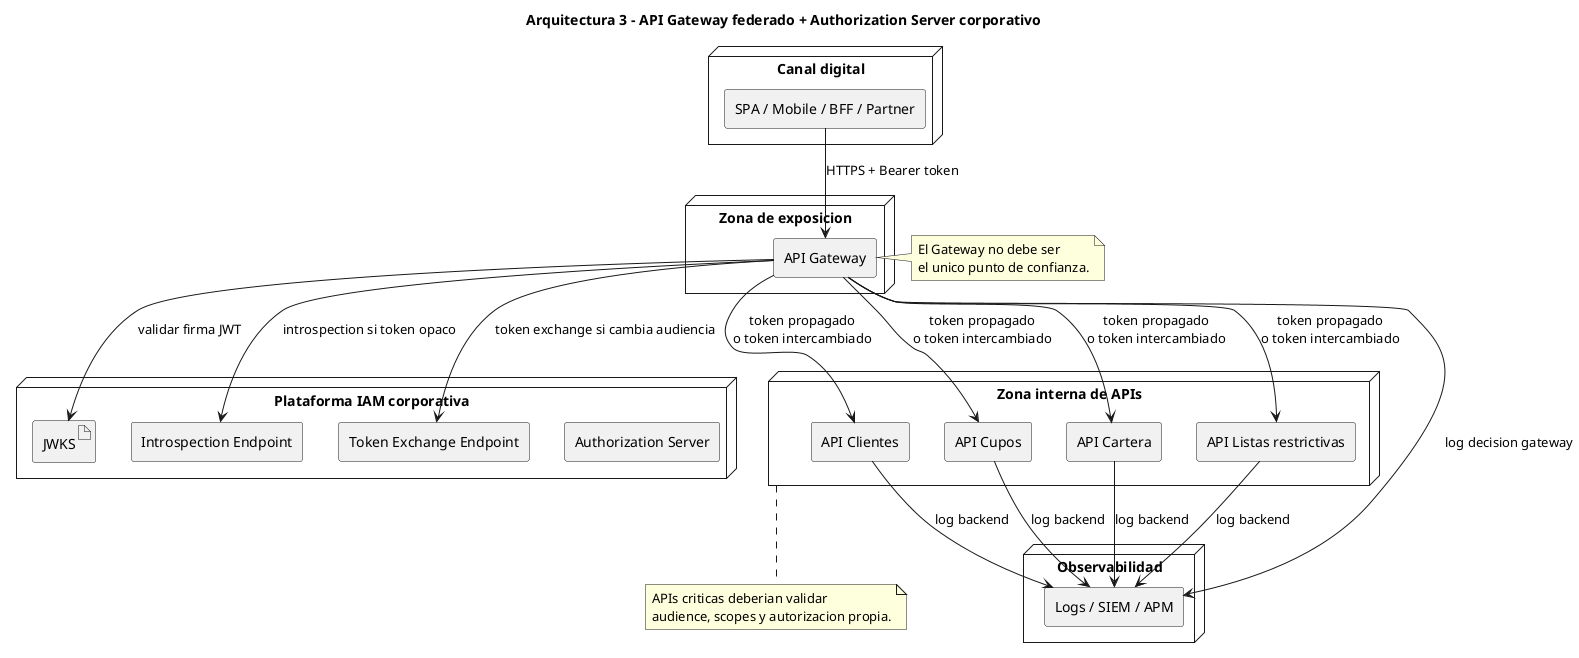
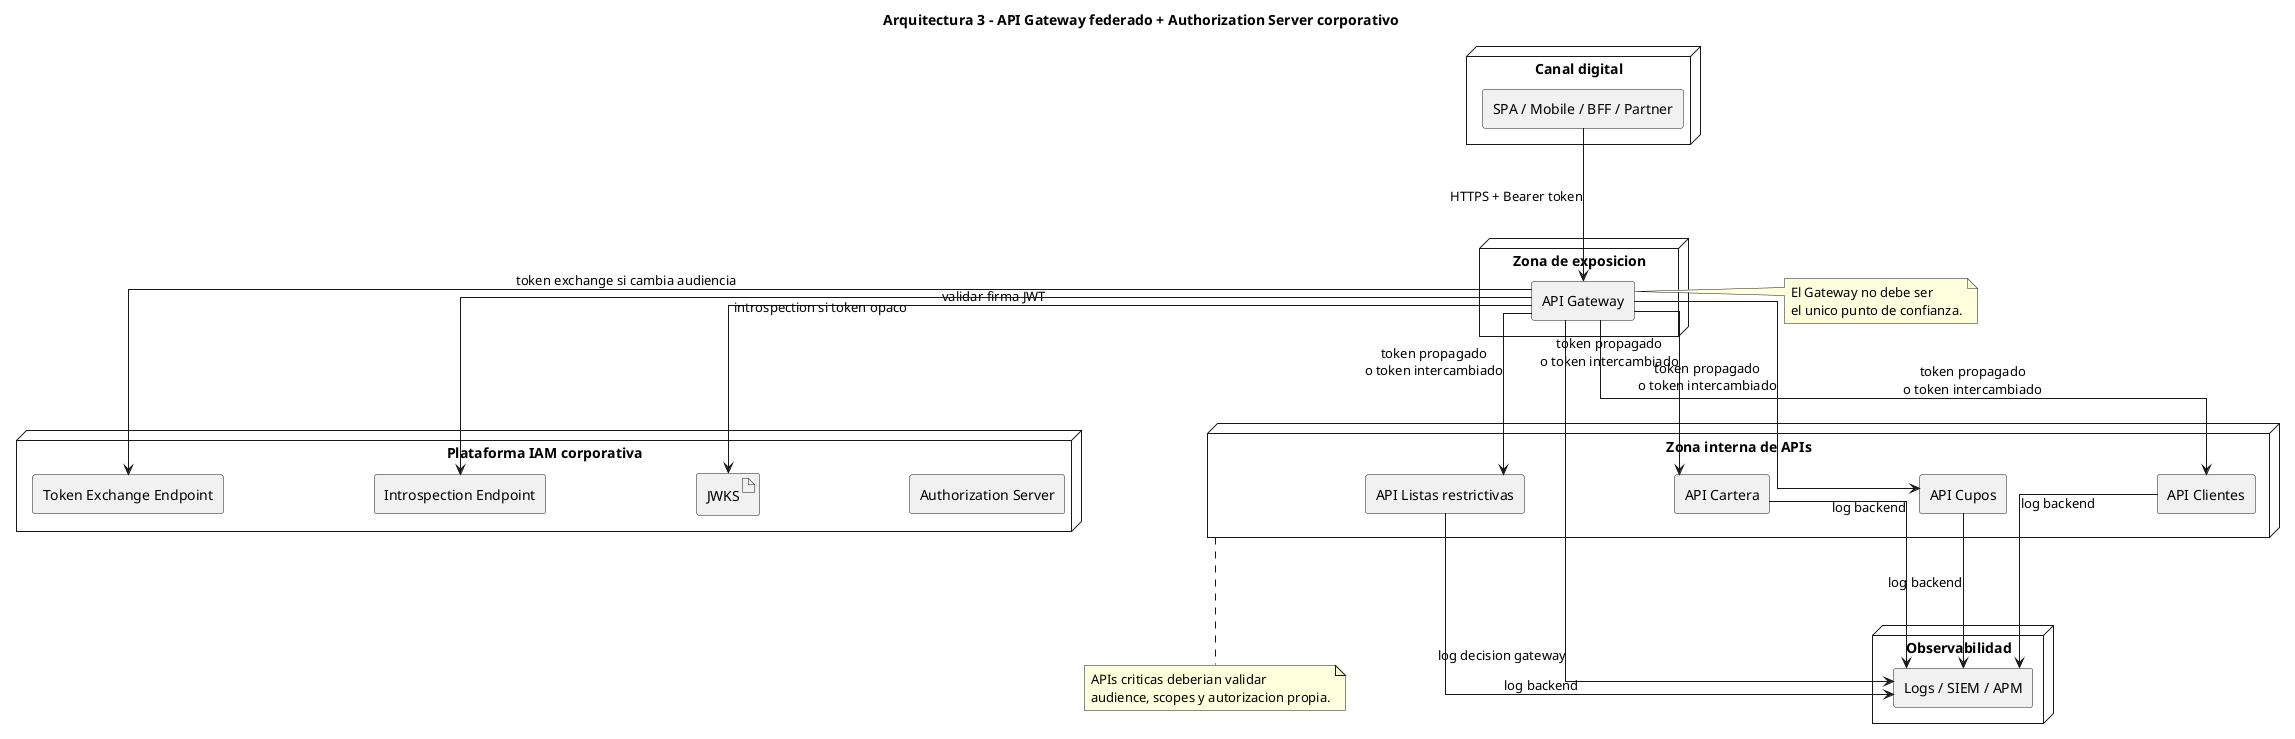
- @startuml arquitectura_3_deployment
+ @startuml arquitectura-3.deployment
title Arquitectura 3 - API Gateway federado + Authorization Server corporativo

skinparam shadowing false
skinparam componentStyle rectangle
+ skinparam linetype ortho
+ skinparam nodesep 150
+ skinparam ranksep 150
+ 

node "Canal digital" as Channel {
  component "SPA / Mobile / BFF / Partner" as Client
}

node "Zona de exposicion" as Edge {
  component "API Gateway" as Gateway
}

node "Plataforma IAM corporativa" as IAM {
  component "Authorization Server" as AS
  artifact "JWKS" as JWKS
  component "Introspection Endpoint" as Introspection
  component "Token Exchange Endpoint" as TokenExchange
}

node "Zona interna de APIs" as Internal {
  component "API Clientes" as Customers
  component "API Cupos" as Limits
  component "API Cartera" as Portfolio
  component "API Listas restrictivas" as Watchlists
}

node "Observabilidad" as Obs {
  component "Logs / SIEM / APM" as SIEM
}

Client --> Gateway : HTTPS + Bearer token
Gateway --> JWKS : validar firma JWT
Gateway --> Introspection : introspection si token opaco
Gateway --> TokenExchange : token exchange si cambia audiencia

Gateway --> Customers : token propagado\no token intercambiado
Gateway --> Limits : token propagado\no token intercambiado
Gateway --> Portfolio : token propagado\no token intercambiado
Gateway --> Watchlists : token propagado\no token intercambiado

Gateway --> SIEM : log decision gateway
Customers --> SIEM : log backend
Limits --> SIEM : log backend
Portfolio --> SIEM : log backend
Watchlists --> SIEM : log backend

note right of Gateway
El Gateway no debe ser
el unico punto de confianza.
end note

note bottom of Internal
APIs criticas deberian validar
audience, scopes y autorizacion propia.
end note

@enduml
